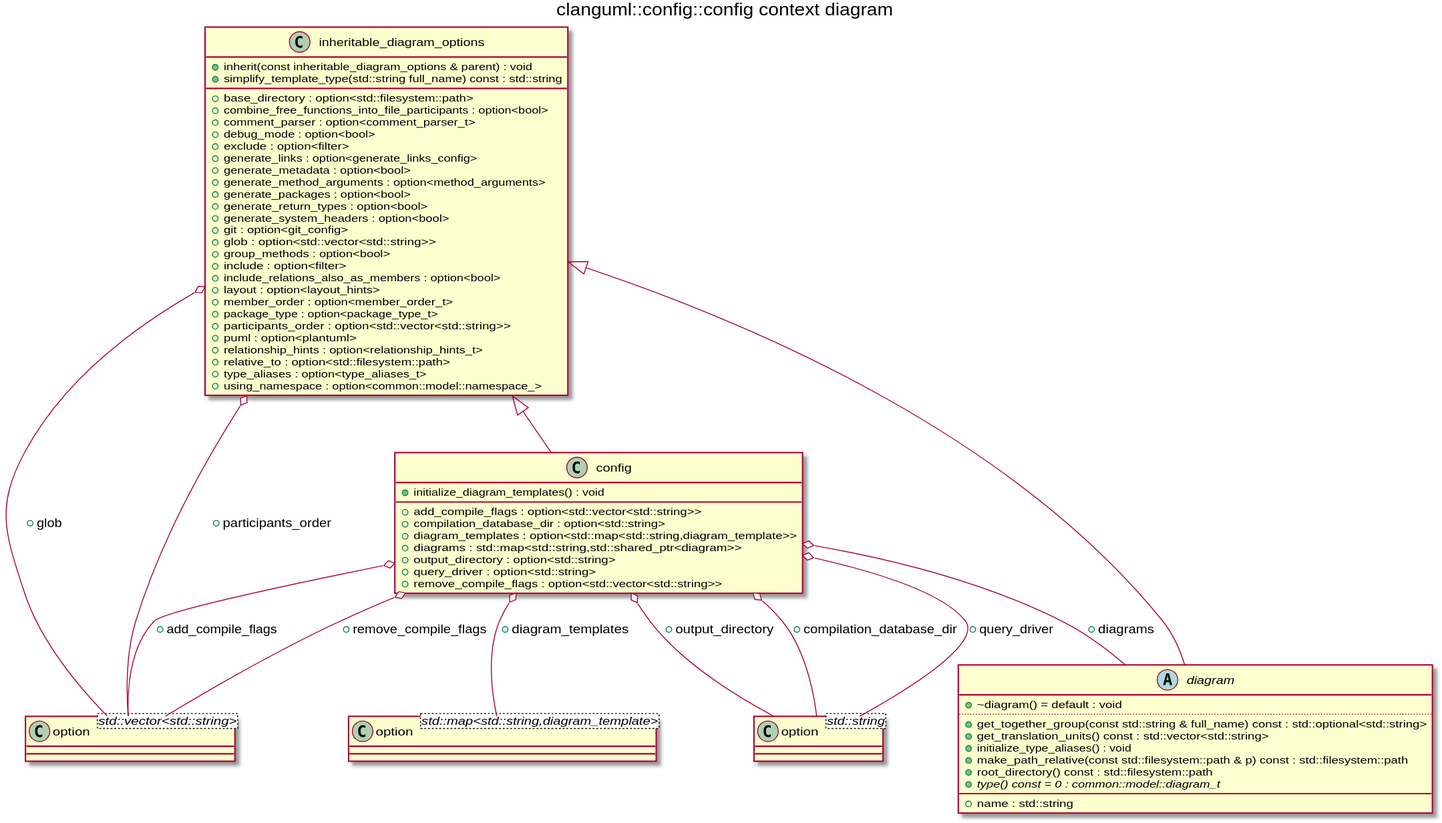
The PlantUML diagram config_context_class.svg in clang-uml/clang-uml.github.io, before a commit.
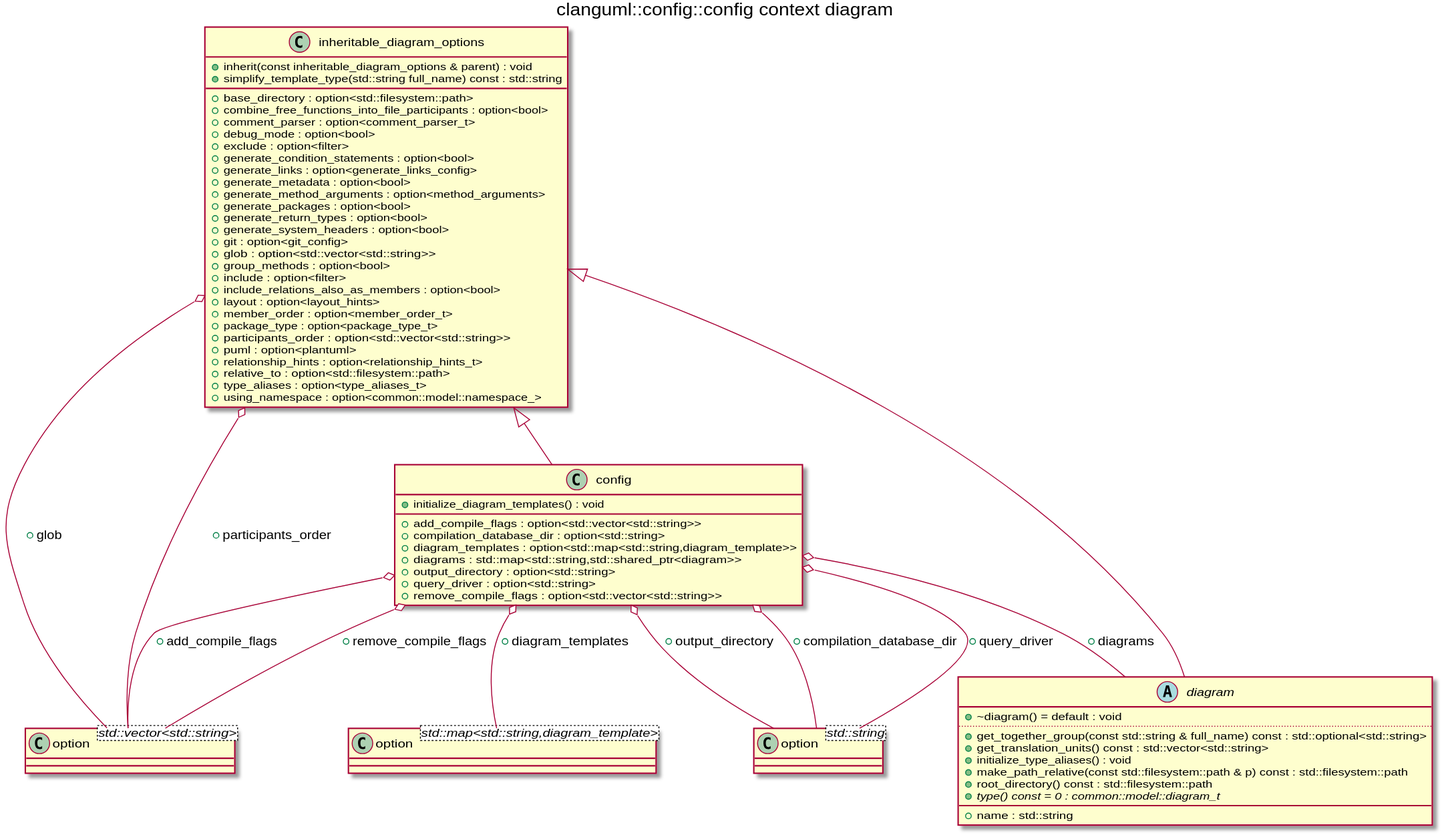
After the change.

Change to the diagram source:
```diff
@@ -14,6 +14,7 @@
 +comment_parser : option<comment_parser_t> [[[{comment_parser}]]]
 +debug_mode : option<bool> [[[{debug_mode}]]]
 +exclude : option<filter> [[[{exclude}]]]
++generate_condition_statements : option<bool> [[[{generate_condition_statements}]]]
 +generate_links : option<generate_links_config> [[[{generate_links}]]]
 +generate_metadata : option<bool> [[[{generate_metadata}]]]
 +generate_method_arguments : option<method_arguments> [[[{generate_method_arguments}]]]
```
